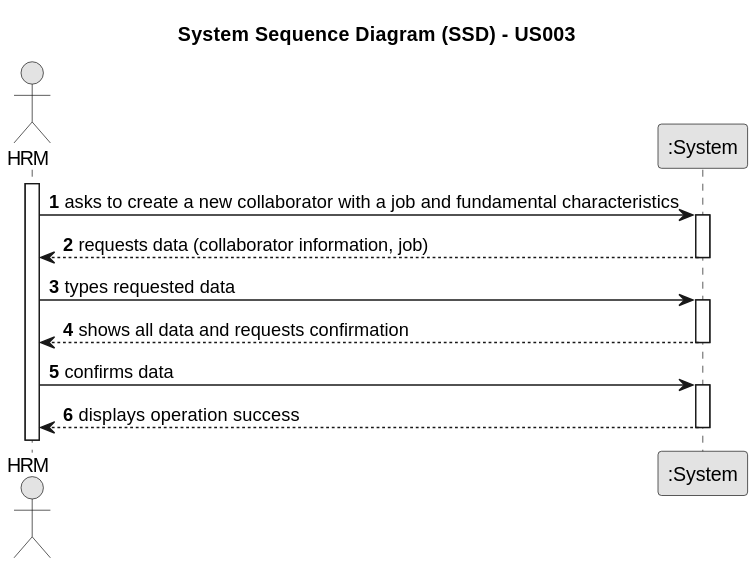
Before: docs/sprintB/us003/01.requirements-engineering/svg/us003-system-sequence-diagram-alternative-one.svg, a diagram exported from PlantUML (ricardomm7/leaflink).
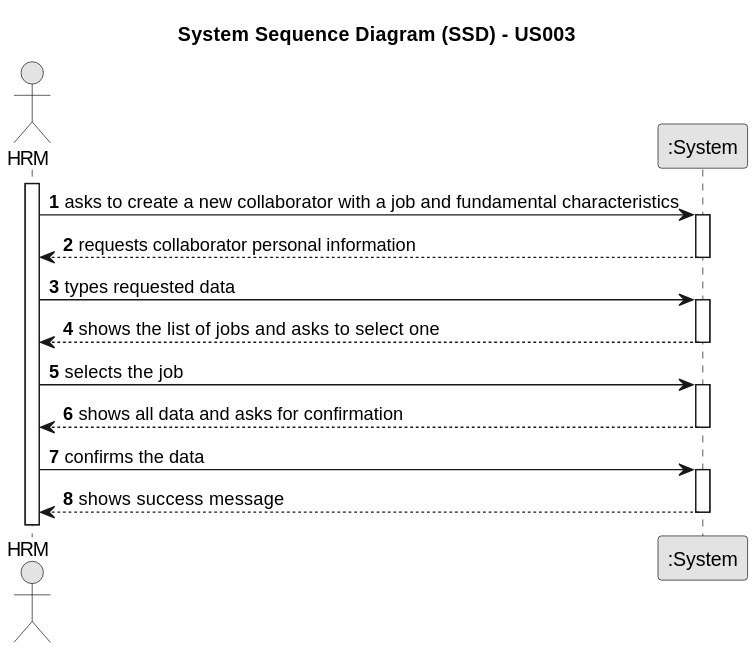
After the commit.

Change to the diagram source:
```diff
@@ -15,18 +15,25 @@
     HRM -> System : asks to create a new collaborator with a job and fundamental characteristics
     activate System
 
-        System --> HRM : requests data (collaborator information, job)
+        System --> HRM : requests collaborator personal information
     deactivate System
 
     HRM -> System : types requested data
+
     activate System
 
-        System --> HRM : shows all data and requests confirmation
+        System --> HRM : shows the list of jobs and asks to select one
     deactivate System
 
-    HRM -> System : confirms data
+    HRM -> System : selects the job
     activate System
 
-        System --> HRM : displays operation success
+        System --> HRM : shows all data and asks for confirmation
+    deactivate System
+
+    HRM -> System : confirms the data
+    activate System
+
+        System --> HRM : shows success message
     deactivate System
 @enduml
```
